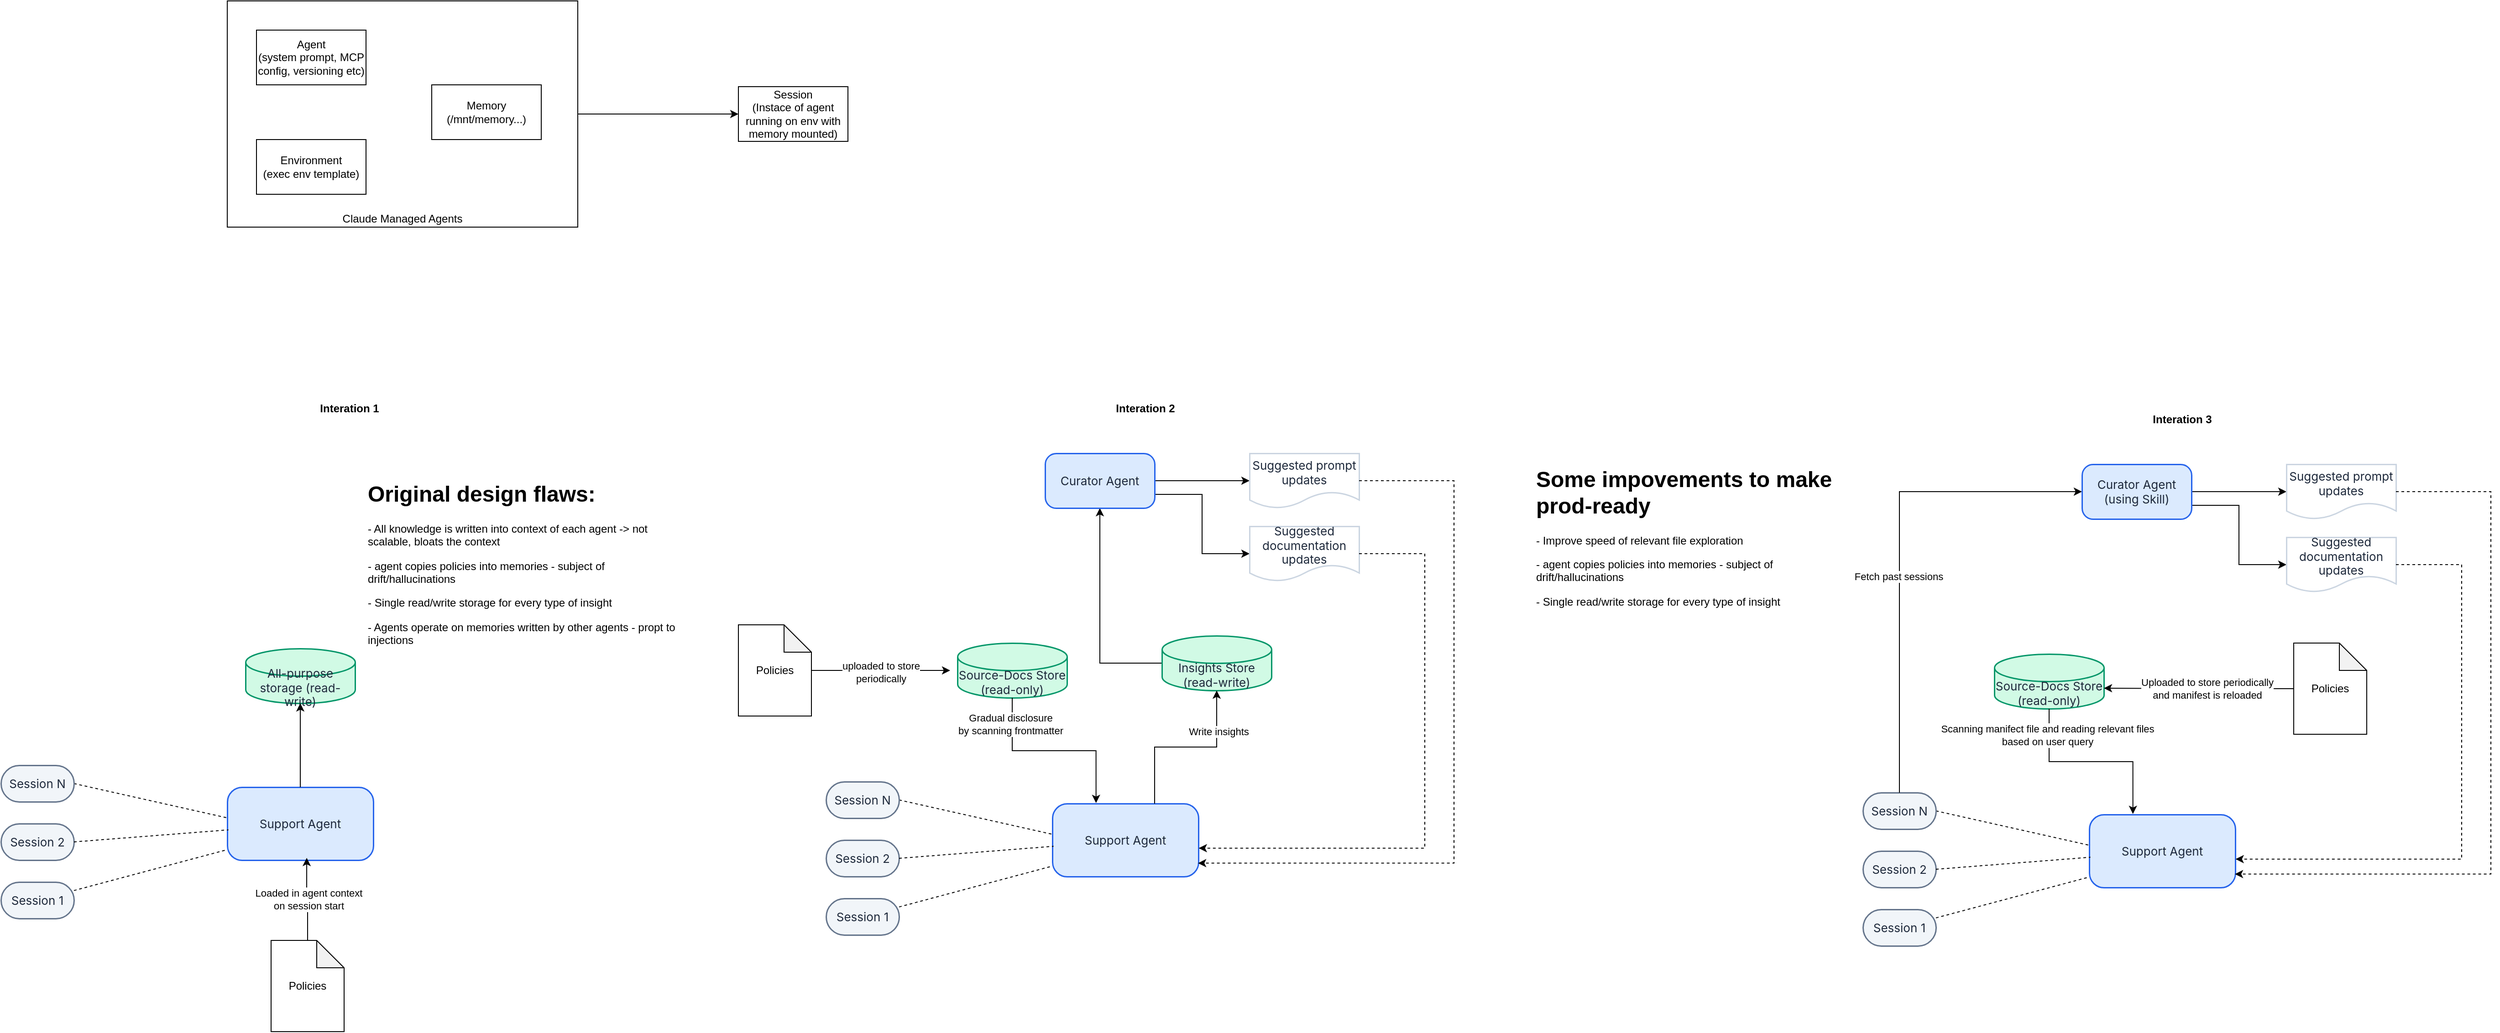
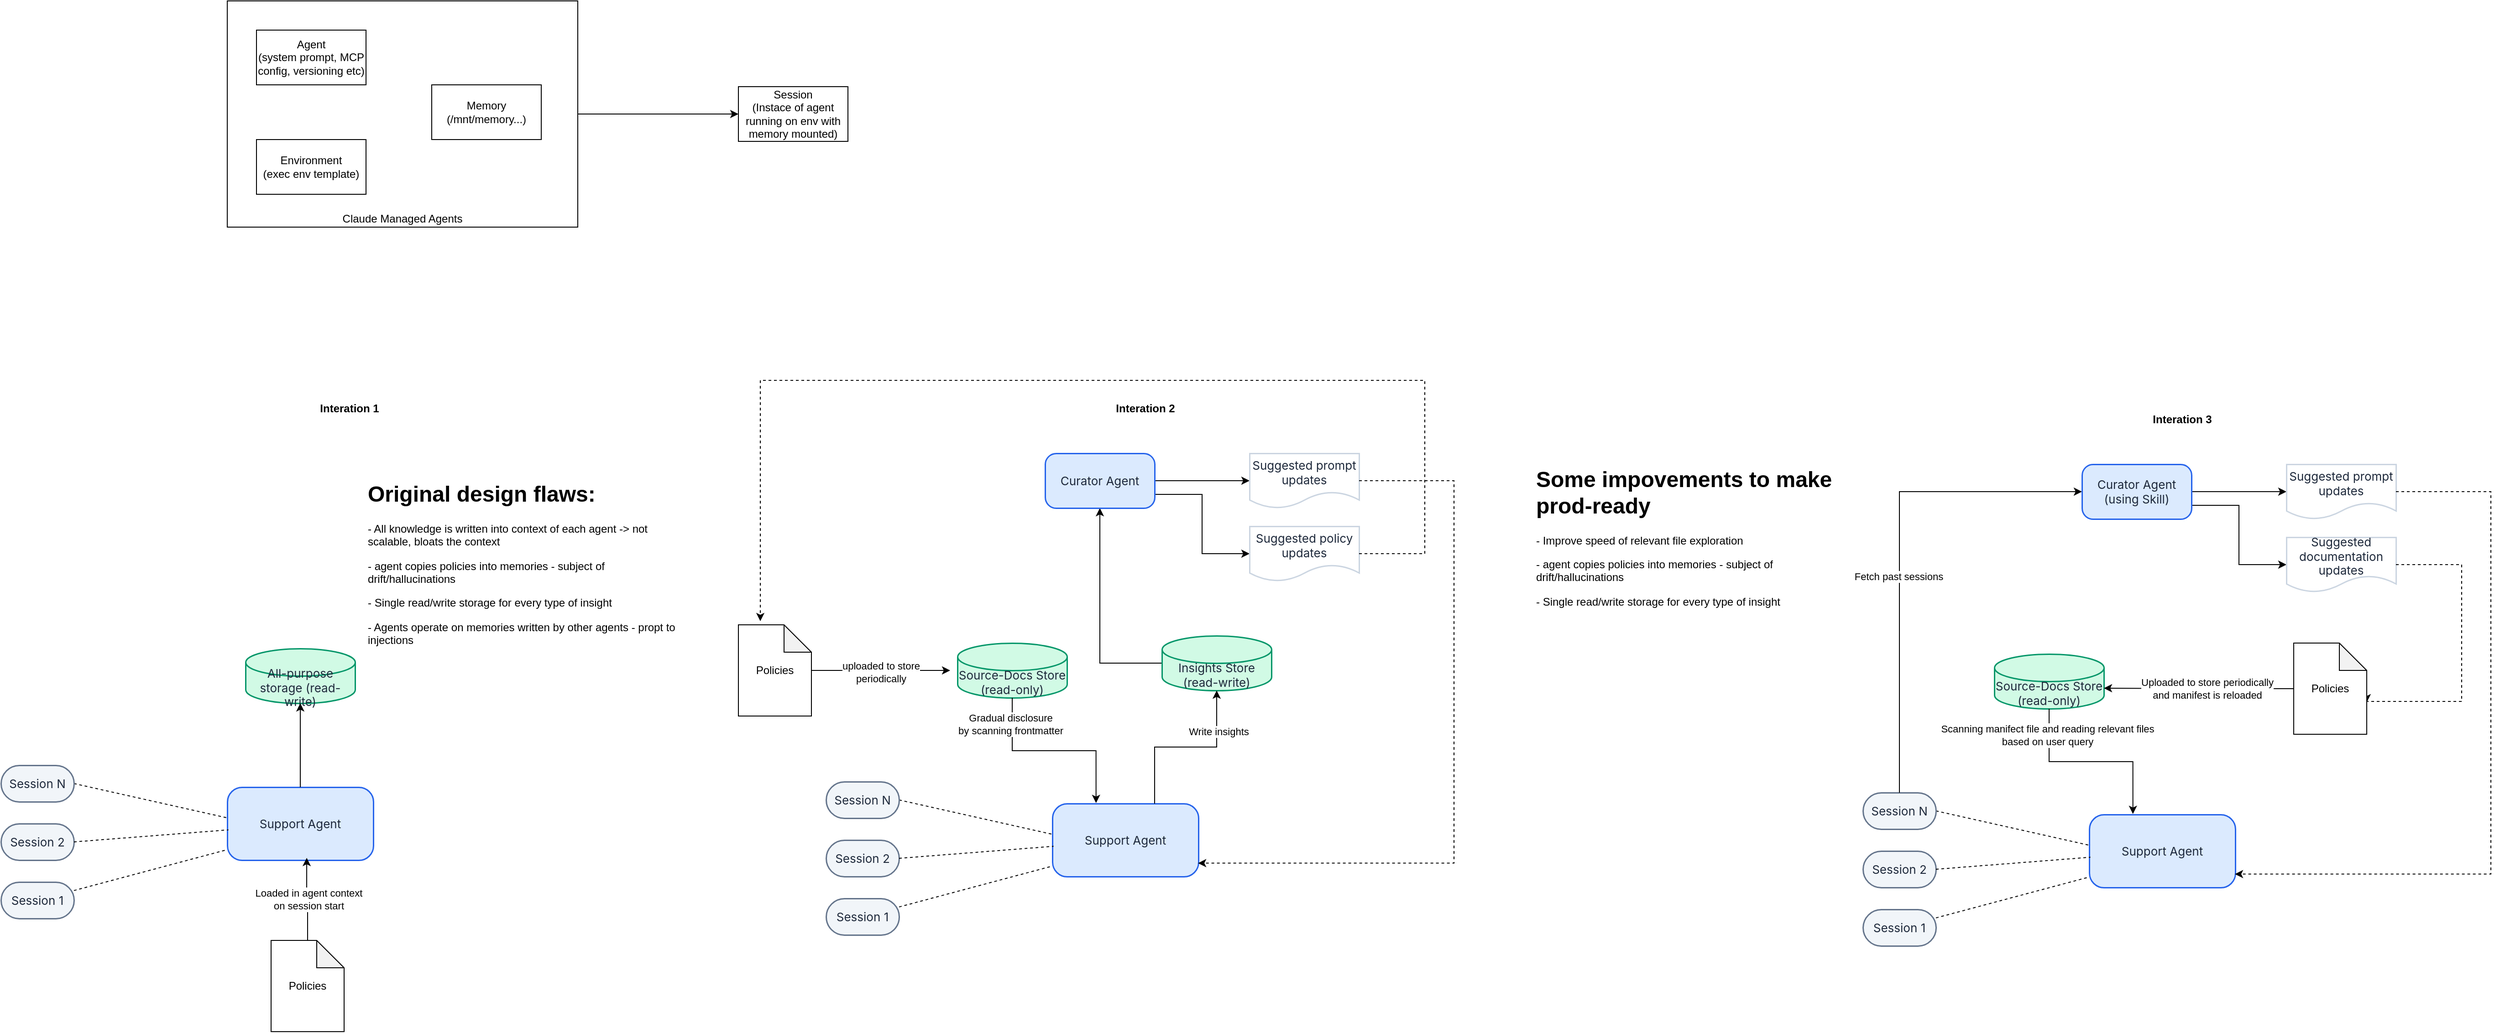
<mxfile host="Electron" agent="drawio-skill-cli">
  <diagram name="Page-1" id="0">
-     <mxGraphModel dx="2424" dy="2216" grid="1" gridSize="8" guides="1" tooltips="1" connect="1" arrows="1" fold="1" page="1" pageScale="1" pageWidth="760" pageHeight="392" background="#FFFFFF" math="1" shadow="0">
+     <mxGraphModel dx="2198" dy="2216" grid="1" gridSize="8" guides="1" tooltips="1" connect="1" arrows="1" fold="1" page="1" pageScale="1" pageWidth="760" pageHeight="392" background="#FFFFFF" math="1" shadow="0">
      <root>
        <mxCell id="0" />
        <mxCell id="1" parent="0" />
        <mxCell id="O03uXfAqKyq_xQbpwgVt-15" edge="1" parent="1" source="O03uXfAqKyq_xQbpwgVt-13" style="edgeStyle=orthogonalEdgeStyle;rounded=0;orthogonalLoop=1;jettySize=auto;html=1;entryX=0;entryY=0.5;entryDx=0;entryDy=0;" target="O03uXfAqKyq_xQbpwgVt-14">
          <mxGeometry relative="1" as="geometry" />
        </mxCell>
        <mxCell id="O03uXfAqKyq_xQbpwgVt-13" parent="1" style="rounded=0;whiteSpace=wrap;html=1;verticalAlign=bottom;" value="Claude Managed Agents" vertex="1">
          <mxGeometry height="248" width="384" x="-384" y="-896" as="geometry" />
        </mxCell>
        <mxCell id="2" parent="1" style="rounded=1;arcSize=50;html=1;whiteSpace=wrap;fillColor=#F1F5F9;strokeColor=#64748B;strokeWidth=1.5;fontColor=#1E293B;fontSize=13;fontFamily=Inter, Roboto, system-ui, -apple-system, sans-serif;verticalAlign=middle;align=center" value="Session 1" vertex="1">
          <mxGeometry height="40" width="80" x="272" y="88" as="geometry" />
        </mxCell>
        <mxCell id="3" parent="1" style="rounded=1;arcSize=50;html=1;whiteSpace=wrap;fillColor=#F1F5F9;strokeColor=#64748B;strokeWidth=1.5;fontColor=#1E293B;fontSize=13;fontFamily=Inter, Roboto, system-ui, -apple-system, sans-serif;verticalAlign=middle;align=center" value="Session 2" vertex="1">
          <mxGeometry height="40" width="80" x="272" y="24" as="geometry" />
        </mxCell>
        <mxCell id="RlVFO93jehndt3vU5E4P-28" edge="1" parent="1" source="4" style="rounded=0;orthogonalLoop=1;jettySize=auto;html=1;exitX=1;exitY=0.5;exitDx=0;exitDy=0;entryX=-0.006;entryY=0.418;entryDx=0;entryDy=0;entryPerimeter=0;dashed=1;endArrow=none;endFill=0;" target="5">
          <mxGeometry relative="1" as="geometry">
            <mxPoint x="512" y="16" as="targetPoint" />
          </mxGeometry>
        </mxCell>
        <mxCell id="4" parent="1" style="rounded=1;arcSize=50;html=1;whiteSpace=wrap;fillColor=#F1F5F9;strokeColor=#64748B;strokeWidth=1.5;fontColor=#1E293B;fontSize=13;fontFamily=Inter, Roboto, system-ui, -apple-system, sans-serif;verticalAlign=middle;align=center" value="Session N" vertex="1">
          <mxGeometry height="40" width="80" x="272" y="-40" as="geometry" />
        </mxCell>
        <mxCell id="5" parent="1" style="rounded=1;arcSize=20;html=1;whiteSpace=wrap;fillColor=#DBEAFE;strokeColor=#2563EB;strokeWidth=1.5;fontColor=#1E293B;fontSize=13;fontFamily=Inter, Roboto, system-ui, -apple-system, sans-serif;verticalAlign=middle;align=center" value="Support Agent" vertex="1">
          <mxGeometry height="80" width="160" x="520" y="-16" as="geometry" />
        </mxCell>
        <mxCell id="6" parent="1" style="shape=cylinder3;boundedLbl=1;backgroundOutline=1;size=15;html=1;whiteSpace=wrap;fillColor=#D1FAE5;strokeColor=#059669;strokeWidth=1.5;fontColor=#1E293B;fontSize=13;fontFamily=Inter, Roboto, system-ui, -apple-system, sans-serif;verticalAlign=middle;align=center" value="Source-Docs Store (read-only)" vertex="1">
          <mxGeometry height="60" width="120" x="416" y="-192" as="geometry" />
        </mxCell>
        <mxCell id="RlVFO93jehndt3vU5E4P-33" edge="1" parent="1" source="7" style="edgeStyle=orthogonalEdgeStyle;rounded=0;orthogonalLoop=1;jettySize=auto;html=1;entryX=0.5;entryY=1;entryDx=0;entryDy=0;" target="9">
          <mxGeometry relative="1" as="geometry" />
        </mxCell>
        <mxCell id="7" parent="1" style="shape=cylinder3;boundedLbl=1;backgroundOutline=1;size=15;html=1;whiteSpace=wrap;fillColor=#D1FAE5;strokeColor=#059669;strokeWidth=1.5;fontColor=#1E293B;fontSize=13;fontFamily=Inter, Roboto, system-ui, -apple-system, sans-serif;verticalAlign=middle;align=center" value="Insights Store (read-write)" vertex="1">
          <mxGeometry height="60" width="120" x="640" y="-200" as="geometry" />
        </mxCell>
        <mxCell id="RlVFO93jehndt3vU5E4P-36" edge="1" parent="1" source="9" style="edgeStyle=orthogonalEdgeStyle;rounded=0;orthogonalLoop=1;jettySize=auto;html=1;" target="10">
          <mxGeometry relative="1" as="geometry" />
        </mxCell>
        <mxCell id="RlVFO93jehndt3vU5E4P-37" edge="1" parent="1" source="9" style="edgeStyle=orthogonalEdgeStyle;rounded=0;orthogonalLoop=1;jettySize=auto;html=1;exitX=1;exitY=0.75;exitDx=0;exitDy=0;entryX=0;entryY=0.5;entryDx=0;entryDy=0;" target="RlVFO93jehndt3vU5E4P-34">
          <mxGeometry relative="1" as="geometry" />
        </mxCell>
        <mxCell id="9" parent="1" style="rounded=1;arcSize=20;html=1;whiteSpace=wrap;fillColor=#DBEAFE;strokeColor=#2563EB;strokeWidth=1.5;fontColor=#1E293B;fontSize=13;fontFamily=Inter, Roboto, system-ui, -apple-system, sans-serif;verticalAlign=middle;align=center" value="Curator Agent" vertex="1">
          <mxGeometry height="60" width="120" x="512" y="-400" as="geometry" />
        </mxCell>
        <mxCell id="10" parent="1" style="shape=document;boundedLbl=1;html=1;whiteSpace=wrap;fillColor=#FFFFFF;strokeColor=#CBD5E1;strokeWidth=1.5;fontColor=#1E293B;fontSize=13;fontFamily=Inter, Roboto, system-ui, -apple-system, sans-serif;verticalAlign=middle;align=center" value="Suggested prompt updates" vertex="1">
          <mxGeometry height="60" width="120" x="736" y="-400" as="geometry" />
        </mxCell>
        <mxCell id="RlVFO93jehndt3vU5E4P-29" edge="1" parent="1" source="3" style="rounded=0;orthogonalLoop=1;jettySize=auto;html=1;exitX=1;exitY=0.5;exitDx=0;exitDy=0;entryX=0.008;entryY=0.585;entryDx=0;entryDy=0;entryPerimeter=0;dashed=1;endArrow=none;endFill=0;" target="5">
          <mxGeometry relative="1" as="geometry" />
        </mxCell>
        <mxCell id="RlVFO93jehndt3vU5E4P-30" edge="1" parent="1" source="2" style="rounded=0;orthogonalLoop=1;jettySize=auto;html=1;entryX=-0.011;entryY=0.862;entryDx=0;entryDy=0;entryPerimeter=0;dashed=1;endArrow=none;endFill=0;" target="5">
          <mxGeometry relative="1" as="geometry" />
        </mxCell>
        <mxCell id="RlVFO93jehndt3vU5E4P-31" edge="1" parent="1" source="6" style="edgeStyle=orthogonalEdgeStyle;rounded=0;orthogonalLoop=1;jettySize=auto;html=1;entryX=0.299;entryY=-0.008;entryDx=0;entryDy=0;entryPerimeter=0;" target="5">
          <mxGeometry relative="1" as="geometry" />
        </mxCell>
        <mxCell id="RlVFO93jehndt3vU5E4P-40" connectable="0" parent="RlVFO93jehndt3vU5E4P-31" style="edgeLabel;html=1;align=center;verticalAlign=middle;resizable=0;points=[];" value="Gradual disclosure&lt;div&gt;by scanning frontmatter&lt;/div&gt;" vertex="1">
          <mxGeometry relative="1" x="-0.72" y="-2" as="geometry">
            <mxPoint as="offset" />
          </mxGeometry>
        </mxCell>
        <mxCell id="RlVFO93jehndt3vU5E4P-32" edge="1" parent="1" source="5" style="edgeStyle=orthogonalEdgeStyle;rounded=0;orthogonalLoop=1;jettySize=auto;html=1;exitX=0.7;exitY=0;exitDx=0;exitDy=0;exitPerimeter=0;" target="7">
          <mxGeometry relative="1" as="geometry" />
        </mxCell>
        <mxCell id="RlVFO93jehndt3vU5E4P-41" connectable="0" parent="RlVFO93jehndt3vU5E4P-32" style="edgeLabel;html=1;align=center;verticalAlign=middle;resizable=0;points=[];" value="Write insights" vertex="1">
          <mxGeometry relative="1" x="0.5382" y="-2" as="geometry">
            <mxPoint as="offset" />
          </mxGeometry>
        </mxCell>
-         <mxCell id="RlVFO93jehndt3vU5E4P-34" parent="1" style="shape=document;boundedLbl=1;html=1;whiteSpace=wrap;fillColor=#FFFFFF;strokeColor=#CBD5E1;strokeWidth=1.5;fontColor=#1E293B;fontSize=13;fontFamily=Inter, Roboto, system-ui, -apple-system, sans-serif;verticalAlign=middle;align=center" value="Suggested documentation updates" vertex="1">
+         <mxCell id="RlVFO93jehndt3vU5E4P-34" parent="1" style="shape=document;boundedLbl=1;html=1;whiteSpace=wrap;fillColor=#FFFFFF;strokeColor=#CBD5E1;strokeWidth=1.5;fontColor=#1E293B;fontSize=13;fontFamily=Inter, Roboto, system-ui, -apple-system, sans-serif;verticalAlign=middle;align=center" value="Suggested policy updates" vertex="1">
          <mxGeometry height="60" width="120" x="736" y="-320" as="geometry" />
        </mxCell>
        <mxCell id="K27wWC6wkN7WmZvC_m9p-11" parent="1" style="text;html=1;whiteSpace=wrap;overflow=hidden;rounded=0;" value="&lt;h1 style=&quot;margin-top: 0px;&quot;&gt;Original design flaws:&lt;/h1&gt;&lt;p&gt;- All knowledge is written into context of each agent -&amp;gt; not scalable, bloats the context&lt;/p&gt;&lt;p&gt;- agent copies policies into memories - subject of drift/hallucinations&lt;/p&gt;&lt;p&gt;- Single read/write storage for every type of insight&lt;/p&gt;&lt;p&gt;- Agents operate on memories written by other agents - propt to injections&lt;/p&gt;" vertex="1">
          <mxGeometry height="200" width="344" x="-232" y="-376" as="geometry" />
        </mxCell>
-         <mxCell id="K27wWC6wkN7WmZvC_m9p-12" edge="1" parent="1" source="RlVFO93jehndt3vU5E4P-34" style="edgeStyle=orthogonalEdgeStyle;rounded=0;orthogonalLoop=1;jettySize=auto;html=1;entryX=1.002;entryY=0.611;entryDx=0;entryDy=0;entryPerimeter=0;dashed=1;" target="5">
+         <mxCell id="K27wWC6wkN7WmZvC_m9p-12" edge="1" parent="1" source="RlVFO93jehndt3vU5E4P-34" style="edgeStyle=orthogonalEdgeStyle;rounded=0;orthogonalLoop=1;jettySize=auto;html=1;dashed=1;">
          <mxGeometry relative="1" as="geometry">
            <Array as="points">
              <mxPoint x="928" y="-290" />
-               <mxPoint x="928" y="33" />
-             </Array>
+               <mxPoint x="928" y="-480" />
+               <mxPoint x="200" y="-480" />
+             </Array>
+             <mxPoint x="200" y="-216" as="targetPoint" />
          </mxGeometry>
        </mxCell>
        <mxCell id="K27wWC6wkN7WmZvC_m9p-13" edge="1" parent="1" source="10" style="edgeStyle=orthogonalEdgeStyle;rounded=0;orthogonalLoop=1;jettySize=auto;html=1;entryX=0.997;entryY=0.816;entryDx=0;entryDy=0;entryPerimeter=0;dashed=1;" target="5">
          <mxGeometry relative="1" as="geometry">
            <Array as="points">
              <mxPoint x="960" y="-370" />
              <mxPoint x="960" y="49" />
            </Array>
          </mxGeometry>
        </mxCell>
        <mxCell id="CozKX9dai0k6KvKdKJ_9-10" parent="1" style="rounded=1;arcSize=50;html=1;whiteSpace=wrap;fillColor=#F1F5F9;strokeColor=#64748B;strokeWidth=1.5;fontColor=#1E293B;fontSize=13;fontFamily=Inter, Roboto, system-ui, -apple-system, sans-serif;verticalAlign=middle;align=center" value="Session 1" vertex="1">
          <mxGeometry height="40" width="80" x="-632" y="70" as="geometry" />
        </mxCell>
        <mxCell id="CozKX9dai0k6KvKdKJ_9-11" parent="1" style="rounded=1;arcSize=50;html=1;whiteSpace=wrap;fillColor=#F1F5F9;strokeColor=#64748B;strokeWidth=1.5;fontColor=#1E293B;fontSize=13;fontFamily=Inter, Roboto, system-ui, -apple-system, sans-serif;verticalAlign=middle;align=center" value="Session 2" vertex="1">
          <mxGeometry height="40" width="80" x="-632" y="6" as="geometry" />
        </mxCell>
        <mxCell id="CozKX9dai0k6KvKdKJ_9-12" edge="1" parent="1" source="CozKX9dai0k6KvKdKJ_9-13" style="rounded=0;orthogonalLoop=1;jettySize=auto;html=1;exitX=1;exitY=0.5;exitDx=0;exitDy=0;entryX=-0.006;entryY=0.418;entryDx=0;entryDy=0;entryPerimeter=0;dashed=1;endArrow=none;endFill=0;" target="CozKX9dai0k6KvKdKJ_9-14">
          <mxGeometry relative="1" as="geometry">
            <mxPoint x="-392" y="-2" as="targetPoint" />
          </mxGeometry>
        </mxCell>
        <mxCell id="CozKX9dai0k6KvKdKJ_9-13" parent="1" style="rounded=1;arcSize=50;html=1;whiteSpace=wrap;fillColor=#F1F5F9;strokeColor=#64748B;strokeWidth=1.5;fontColor=#1E293B;fontSize=13;fontFamily=Inter, Roboto, system-ui, -apple-system, sans-serif;verticalAlign=middle;align=center" value="Session N" vertex="1">
          <mxGeometry height="40" width="80" x="-632" y="-58" as="geometry" />
        </mxCell>
        <mxCell id="CozKX9dai0k6KvKdKJ_9-14" parent="1" style="rounded=1;arcSize=20;html=1;whiteSpace=wrap;fillColor=#DBEAFE;strokeColor=#2563EB;strokeWidth=1.5;fontColor=#1E293B;fontSize=13;fontFamily=Inter, Roboto, system-ui, -apple-system, sans-serif;verticalAlign=middle;align=center" value="Support Agent" vertex="1">
          <mxGeometry height="80" width="160" x="-384" y="-34" as="geometry" />
        </mxCell>
        <mxCell id="CozKX9dai0k6KvKdKJ_9-15" edge="1" parent="1" source="CozKX9dai0k6KvKdKJ_9-11" style="rounded=0;orthogonalLoop=1;jettySize=auto;html=1;exitX=1;exitY=0.5;exitDx=0;exitDy=0;entryX=0.008;entryY=0.585;entryDx=0;entryDy=0;entryPerimeter=0;dashed=1;endArrow=none;endFill=0;" target="CozKX9dai0k6KvKdKJ_9-14">
          <mxGeometry relative="1" as="geometry" />
        </mxCell>
        <mxCell id="CozKX9dai0k6KvKdKJ_9-16" edge="1" parent="1" source="CozKX9dai0k6KvKdKJ_9-10" style="rounded=0;orthogonalLoop=1;jettySize=auto;html=1;entryX=-0.011;entryY=0.862;entryDx=0;entryDy=0;entryPerimeter=0;dashed=1;endArrow=none;endFill=0;" target="CozKX9dai0k6KvKdKJ_9-14">
          <mxGeometry relative="1" as="geometry" />
        </mxCell>
        <mxCell id="CozKX9dai0k6KvKdKJ_9-17" parent="1" style="shape=cylinder3;boundedLbl=1;backgroundOutline=1;size=15;html=1;whiteSpace=wrap;fillColor=#D1FAE5;strokeColor=#059669;strokeWidth=1.5;fontColor=#1E293B;fontSize=13;fontFamily=Inter, Roboto, system-ui, -apple-system, sans-serif;verticalAlign=middle;align=center" value="All-purpose storage (read-write)" vertex="1">
          <mxGeometry height="60" width="120" x="-364" y="-186" as="geometry" />
        </mxCell>
        <mxCell id="CozKX9dai0k6KvKdKJ_9-18" edge="1" parent="1" source="CozKX9dai0k6KvKdKJ_9-14" style="edgeStyle=orthogonalEdgeStyle;rounded=0;orthogonalLoop=1;jettySize=auto;html=1;entryX=0.5;entryY=1;entryDx=0;entryDy=0;entryPerimeter=0;" target="CozKX9dai0k6KvKdKJ_9-17">
          <mxGeometry relative="1" as="geometry" />
        </mxCell>
        <mxCell id="CozKX9dai0k6KvKdKJ_9-19" parent="1" style="shape=note;whiteSpace=wrap;html=1;backgroundOutline=1;darkOpacity=0.05;" value="Policies" vertex="1">
          <mxGeometry height="100" width="80" x="-336" y="134" as="geometry" />
        </mxCell>
        <mxCell id="CozKX9dai0k6KvKdKJ_9-20" edge="1" parent="1" source="CozKX9dai0k6KvKdKJ_9-19" style="edgeStyle=orthogonalEdgeStyle;rounded=0;orthogonalLoop=1;jettySize=auto;html=1;entryX=0.544;entryY=0.969;entryDx=0;entryDy=0;entryPerimeter=0;" target="CozKX9dai0k6KvKdKJ_9-14">
          <mxGeometry relative="1" as="geometry" />
        </mxCell>
        <mxCell id="CozKX9dai0k6KvKdKJ_9-21" connectable="0" parent="CozKX9dai0k6KvKdKJ_9-20" style="edgeLabel;html=1;align=center;verticalAlign=middle;resizable=0;points=[];" value="Loaded in agent context&lt;div&gt;on session start&lt;/div&gt;" vertex="1">
          <mxGeometry relative="1" x="-0.038" y="-2" as="geometry">
            <mxPoint x="1" y="1" as="offset" />
          </mxGeometry>
        </mxCell>
        <mxCell id="CozKX9dai0k6KvKdKJ_9-22" parent="1" style="text;html=1;whiteSpace=wrap;strokeColor=none;fillColor=none;align=center;verticalAlign=middle;rounded=0;fontStyle=1" value="Interation 1" vertex="1">
          <mxGeometry height="30" width="92" x="-296" y="-464" as="geometry" />
        </mxCell>
        <mxCell id="CozKX9dai0k6KvKdKJ_9-23" parent="1" style="text;html=1;whiteSpace=wrap;strokeColor=none;fillColor=none;align=center;verticalAlign=middle;rounded=0;fontStyle=1" value="Interation 2" vertex="1">
          <mxGeometry height="30" width="92" x="576" y="-464" as="geometry" />
        </mxCell>
        <mxCell id="CozKX9dai0k6KvKdKJ_9-25" parent="1" style="text;html=1;whiteSpace=wrap;overflow=hidden;rounded=0;" value="&lt;h1 style=&quot;margin-top: 0px;&quot;&gt;Some impovements to make prod-ready&lt;/h1&gt;&lt;p&gt;- Improve speed of relevant file exploration&lt;/p&gt;&lt;p&gt;- agent copies policies into memories - subject of drift/hallucinations&lt;/p&gt;&lt;p&gt;- Single read/write storage for every type of insight&lt;/p&gt;" vertex="1">
          <mxGeometry height="175" width="344" x="1048" y="-392" as="geometry" />
        </mxCell>
        <mxCell id="CozKX9dai0k6KvKdKJ_9-26" parent="1" style="rounded=1;arcSize=50;html=1;whiteSpace=wrap;fillColor=#F1F5F9;strokeColor=#64748B;strokeWidth=1.5;fontColor=#1E293B;fontSize=13;fontFamily=Inter, Roboto, system-ui, -apple-system, sans-serif;verticalAlign=middle;align=center" value="Session 1" vertex="1">
          <mxGeometry height="40" width="80" x="1408" y="100" as="geometry" />
        </mxCell>
        <mxCell id="CozKX9dai0k6KvKdKJ_9-27" parent="1" style="rounded=1;arcSize=50;html=1;whiteSpace=wrap;fillColor=#F1F5F9;strokeColor=#64748B;strokeWidth=1.5;fontColor=#1E293B;fontSize=13;fontFamily=Inter, Roboto, system-ui, -apple-system, sans-serif;verticalAlign=middle;align=center" value="Session 2" vertex="1">
          <mxGeometry height="40" width="80" x="1408" y="36" as="geometry" />
        </mxCell>
        <mxCell id="CozKX9dai0k6KvKdKJ_9-28" edge="1" parent="1" source="CozKX9dai0k6KvKdKJ_9-29" style="rounded=0;orthogonalLoop=1;jettySize=auto;html=1;exitX=1;exitY=0.5;exitDx=0;exitDy=0;entryX=-0.006;entryY=0.418;entryDx=0;entryDy=0;entryPerimeter=0;dashed=1;endArrow=none;endFill=0;" target="CozKX9dai0k6KvKdKJ_9-30">
          <mxGeometry relative="1" as="geometry">
            <mxPoint x="1648" y="28" as="targetPoint" />
          </mxGeometry>
        </mxCell>
        <mxCell id="CozKX9dai0k6KvKdKJ_9-29" parent="1" style="rounded=1;arcSize=50;html=1;whiteSpace=wrap;fillColor=#F1F5F9;strokeColor=#64748B;strokeWidth=1.5;fontColor=#1E293B;fontSize=13;fontFamily=Inter, Roboto, system-ui, -apple-system, sans-serif;verticalAlign=middle;align=center" value="Session N" vertex="1">
          <mxGeometry height="40" width="80" x="1408" y="-28" as="geometry" />
        </mxCell>
        <mxCell id="CozKX9dai0k6KvKdKJ_9-30" parent="1" style="rounded=1;arcSize=20;html=1;whiteSpace=wrap;fillColor=#DBEAFE;strokeColor=#2563EB;strokeWidth=1.5;fontColor=#1E293B;fontSize=13;fontFamily=Inter, Roboto, system-ui, -apple-system, sans-serif;verticalAlign=middle;align=center" value="Support Agent" vertex="1">
          <mxGeometry height="80" width="160" x="1656" y="-4" as="geometry" />
        </mxCell>
        <mxCell id="CozKX9dai0k6KvKdKJ_9-31" parent="1" style="shape=cylinder3;boundedLbl=1;backgroundOutline=1;size=15;html=1;whiteSpace=wrap;fillColor=#D1FAE5;strokeColor=#059669;strokeWidth=1.5;fontColor=#1E293B;fontSize=13;fontFamily=Inter, Roboto, system-ui, -apple-system, sans-serif;verticalAlign=middle;align=center" value="Source-Docs Store (read-only)" vertex="1">
          <mxGeometry height="60" width="120" x="1552" y="-180" as="geometry" />
        </mxCell>
        <mxCell id="CozKX9dai0k6KvKdKJ_9-34" edge="1" parent="1" source="CozKX9dai0k6KvKdKJ_9-38" style="edgeStyle=orthogonalEdgeStyle;rounded=0;orthogonalLoop=1;jettySize=auto;html=1;" target="CozKX9dai0k6KvKdKJ_9-39">
          <mxGeometry relative="1" as="geometry" />
        </mxCell>
        <mxCell id="CozKX9dai0k6KvKdKJ_9-35" edge="1" parent="1" source="CozKX9dai0k6KvKdKJ_9-38" style="edgeStyle=orthogonalEdgeStyle;rounded=0;orthogonalLoop=1;jettySize=auto;html=1;exitX=1;exitY=0.75;exitDx=0;exitDy=0;entryX=0;entryY=0.5;entryDx=0;entryDy=0;" target="CozKX9dai0k6KvKdKJ_9-46">
          <mxGeometry relative="1" as="geometry" />
        </mxCell>
        <mxCell id="CozKX9dai0k6KvKdKJ_9-36" edge="1" parent="1" source="CozKX9dai0k6KvKdKJ_9-29" style="edgeStyle=orthogonalEdgeStyle;rounded=0;orthogonalLoop=1;jettySize=auto;html=1;" target="CozKX9dai0k6KvKdKJ_9-38">
          <mxGeometry relative="1" as="geometry">
            <Array as="points">
              <mxPoint x="1448" y="-358" />
            </Array>
          </mxGeometry>
        </mxCell>
        <mxCell id="CozKX9dai0k6KvKdKJ_9-56" connectable="0" parent="CozKX9dai0k6KvKdKJ_9-36" style="edgeLabel;html=1;align=center;verticalAlign=middle;resizable=0;points=[];" value="Fetch past sessions" vertex="1">
          <mxGeometry relative="1" x="-0.105" y="1" as="geometry">
            <mxPoint as="offset" />
          </mxGeometry>
        </mxCell>
        <mxCell id="CozKX9dai0k6KvKdKJ_9-38" parent="1" style="rounded=1;arcSize=20;html=1;whiteSpace=wrap;fillColor=#DBEAFE;strokeColor=#2563EB;strokeWidth=1.5;fontColor=#1E293B;fontSize=13;fontFamily=Inter, Roboto, system-ui, -apple-system, sans-serif;verticalAlign=middle;align=center" value="Curator Agent (using Skill)" vertex="1">
          <mxGeometry height="60" width="120" x="1648" y="-388" as="geometry" />
        </mxCell>
        <mxCell id="CozKX9dai0k6KvKdKJ_9-39" parent="1" style="shape=document;boundedLbl=1;html=1;whiteSpace=wrap;fillColor=#FFFFFF;strokeColor=#CBD5E1;strokeWidth=1.5;fontColor=#1E293B;fontSize=13;fontFamily=Inter, Roboto, system-ui, -apple-system, sans-serif;verticalAlign=middle;align=center" value="Suggested prompt updates" vertex="1">
          <mxGeometry height="60" width="120" x="1872" y="-388" as="geometry" />
        </mxCell>
        <mxCell id="CozKX9dai0k6KvKdKJ_9-40" edge="1" parent="1" source="CozKX9dai0k6KvKdKJ_9-27" style="rounded=0;orthogonalLoop=1;jettySize=auto;html=1;exitX=1;exitY=0.5;exitDx=0;exitDy=0;entryX=0.008;entryY=0.585;entryDx=0;entryDy=0;entryPerimeter=0;dashed=1;endArrow=none;endFill=0;" target="CozKX9dai0k6KvKdKJ_9-30">
          <mxGeometry relative="1" as="geometry" />
        </mxCell>
        <mxCell id="CozKX9dai0k6KvKdKJ_9-41" edge="1" parent="1" source="CozKX9dai0k6KvKdKJ_9-26" style="rounded=0;orthogonalLoop=1;jettySize=auto;html=1;entryX=-0.011;entryY=0.862;entryDx=0;entryDy=0;entryPerimeter=0;dashed=1;endArrow=none;endFill=0;" target="CozKX9dai0k6KvKdKJ_9-30">
          <mxGeometry relative="1" as="geometry" />
        </mxCell>
        <mxCell id="CozKX9dai0k6KvKdKJ_9-42" edge="1" parent="1" source="CozKX9dai0k6KvKdKJ_9-31" style="edgeStyle=orthogonalEdgeStyle;rounded=0;orthogonalLoop=1;jettySize=auto;html=1;entryX=0.299;entryY=-0.008;entryDx=0;entryDy=0;entryPerimeter=0;" target="CozKX9dai0k6KvKdKJ_9-30">
          <mxGeometry relative="1" as="geometry" />
        </mxCell>
        <mxCell id="CozKX9dai0k6KvKdKJ_9-43" connectable="0" parent="CozKX9dai0k6KvKdKJ_9-42" style="edgeLabel;html=1;align=center;verticalAlign=middle;resizable=0;points=[];" value="Scanning manifect file and reading relevant files&lt;div&gt;based on user query&lt;/div&gt;" vertex="1">
          <mxGeometry relative="1" x="-0.72" y="-2" as="geometry">
            <mxPoint as="offset" />
          </mxGeometry>
        </mxCell>
        <mxCell id="CozKX9dai0k6KvKdKJ_9-46" parent="1" style="shape=document;boundedLbl=1;html=1;whiteSpace=wrap;fillColor=#FFFFFF;strokeColor=#CBD5E1;strokeWidth=1.5;fontColor=#1E293B;fontSize=13;fontFamily=Inter, Roboto, system-ui, -apple-system, sans-serif;verticalAlign=middle;align=center" value="Suggested documentation updates" vertex="1">
          <mxGeometry height="60" width="120" x="1872" y="-308" as="geometry" />
        </mxCell>
-         <mxCell id="CozKX9dai0k6KvKdKJ_9-47" edge="1" parent="1" source="CozKX9dai0k6KvKdKJ_9-46" style="edgeStyle=orthogonalEdgeStyle;rounded=0;orthogonalLoop=1;jettySize=auto;html=1;entryX=1.002;entryY=0.611;entryDx=0;entryDy=0;entryPerimeter=0;dashed=1;" target="CozKX9dai0k6KvKdKJ_9-30">
+         <mxCell id="CozKX9dai0k6KvKdKJ_9-47" edge="1" parent="1" source="CozKX9dai0k6KvKdKJ_9-46" style="edgeStyle=orthogonalEdgeStyle;rounded=0;orthogonalLoop=1;jettySize=auto;html=1;entryX=0;entryY=0;entryDx=80;entryDy=65;entryPerimeter=0;dashed=1;" target="CozKX9dai0k6KvKdKJ_9-52">
          <mxGeometry relative="1" as="geometry">
            <Array as="points">
              <mxPoint x="2064" y="-278" />
-               <mxPoint x="2064" y="45" />
+               <mxPoint x="2064" y="-128" />
+               <mxPoint x="1960" y="-128" />
            </Array>
          </mxGeometry>
        </mxCell>
        <mxCell id="CozKX9dai0k6KvKdKJ_9-48" edge="1" parent="1" source="CozKX9dai0k6KvKdKJ_9-39" style="edgeStyle=orthogonalEdgeStyle;rounded=0;orthogonalLoop=1;jettySize=auto;html=1;entryX=0.997;entryY=0.816;entryDx=0;entryDy=0;entryPerimeter=0;dashed=1;" target="CozKX9dai0k6KvKdKJ_9-30">
          <mxGeometry relative="1" as="geometry">
            <Array as="points">
              <mxPoint x="2096" y="-358" />
              <mxPoint x="2096" y="61" />
            </Array>
          </mxGeometry>
        </mxCell>
        <mxCell id="CozKX9dai0k6KvKdKJ_9-49" parent="1" style="text;html=1;whiteSpace=wrap;strokeColor=none;fillColor=none;align=center;verticalAlign=middle;rounded=0;fontStyle=1" value="Interation 3" vertex="1">
          <mxGeometry height="30" width="92" x="1712" y="-452" as="geometry" />
        </mxCell>
        <mxCell id="CozKX9dai0k6KvKdKJ_9-51" edge="1" parent="1" source="CozKX9dai0k6KvKdKJ_9-50" style="edgeStyle=orthogonalEdgeStyle;rounded=0;orthogonalLoop=1;jettySize=auto;html=1;">
          <mxGeometry relative="1" as="geometry">
            <mxPoint x="407.99999999999955" y="-162" as="targetPoint" />
          </mxGeometry>
        </mxCell>
        <mxCell id="CozKX9dai0k6KvKdKJ_9-54" connectable="0" parent="CozKX9dai0k6KvKdKJ_9-51" style="edgeLabel;html=1;align=center;verticalAlign=middle;resizable=0;points=[];" value="uploaded to store&lt;div&gt;periodically&lt;/div&gt;" vertex="1">
          <mxGeometry relative="1" x="-0.0093" y="-2" as="geometry">
            <mxPoint as="offset" />
          </mxGeometry>
        </mxCell>
        <mxCell id="CozKX9dai0k6KvKdKJ_9-50" parent="1" style="shape=note;whiteSpace=wrap;html=1;backgroundOutline=1;darkOpacity=0.05;" value="Policies" vertex="1">
          <mxGeometry height="100" width="80" x="176" y="-212" as="geometry" />
        </mxCell>
        <mxCell id="CozKX9dai0k6KvKdKJ_9-52" parent="1" style="shape=note;whiteSpace=wrap;html=1;backgroundOutline=1;darkOpacity=0.05;" value="Policies" vertex="1">
          <mxGeometry height="100" width="80" x="1880" y="-192" as="geometry" />
        </mxCell>
        <mxCell id="CozKX9dai0k6KvKdKJ_9-53" edge="1" parent="1" source="CozKX9dai0k6KvKdKJ_9-52" style="edgeStyle=orthogonalEdgeStyle;rounded=0;orthogonalLoop=1;jettySize=auto;html=1;entryX=1;entryY=0;entryDx=0;entryDy=37.5;entryPerimeter=0;" target="CozKX9dai0k6KvKdKJ_9-31">
          <mxGeometry relative="1" as="geometry" />
        </mxCell>
        <mxCell id="CozKX9dai0k6KvKdKJ_9-55" connectable="0" parent="CozKX9dai0k6KvKdKJ_9-53" style="edgeLabel;html=1;align=center;verticalAlign=middle;resizable=0;points=[];" value="Uploaded to store periodically&lt;div&gt;and manifest is reloaded&lt;/div&gt;" vertex="1">
          <mxGeometry relative="1" x="-0.437" y="2" as="geometry">
            <mxPoint x="-37" y="-2" as="offset" />
          </mxGeometry>
        </mxCell>
        <mxCell id="O03uXfAqKyq_xQbpwgVt-10" parent="1" style="rounded=0;whiteSpace=wrap;html=1;" value="Agent&lt;div&gt;(system prompt, MCP config, versioning etc)&lt;/div&gt;" vertex="1">
          <mxGeometry height="60" width="120" x="-352" y="-864" as="geometry" />
        </mxCell>
        <mxCell id="O03uXfAqKyq_xQbpwgVt-11" parent="1" style="rounded=0;whiteSpace=wrap;html=1;" value="Environment&lt;div&gt;(exec env template)&lt;/div&gt;" vertex="1">
          <mxGeometry height="60" width="120" x="-352" y="-744" as="geometry" />
        </mxCell>
        <mxCell id="O03uXfAqKyq_xQbpwgVt-12" parent="1" style="rounded=0;whiteSpace=wrap;html=1;" value="Memory&lt;div&gt;(/mnt/memory...)&lt;/div&gt;" vertex="1">
          <mxGeometry height="60" width="120" x="-160" y="-804" as="geometry" />
        </mxCell>
        <mxCell id="O03uXfAqKyq_xQbpwgVt-14" parent="1" style="rounded=0;whiteSpace=wrap;html=1;" value="Session&lt;div&gt;(Instace of agent running on env with memory mounted)&lt;/div&gt;" vertex="1">
          <mxGeometry height="60" width="120" x="176" y="-802" as="geometry" />
        </mxCell>
      </root>
    </mxGraphModel>
  </diagram>
</mxfile>
